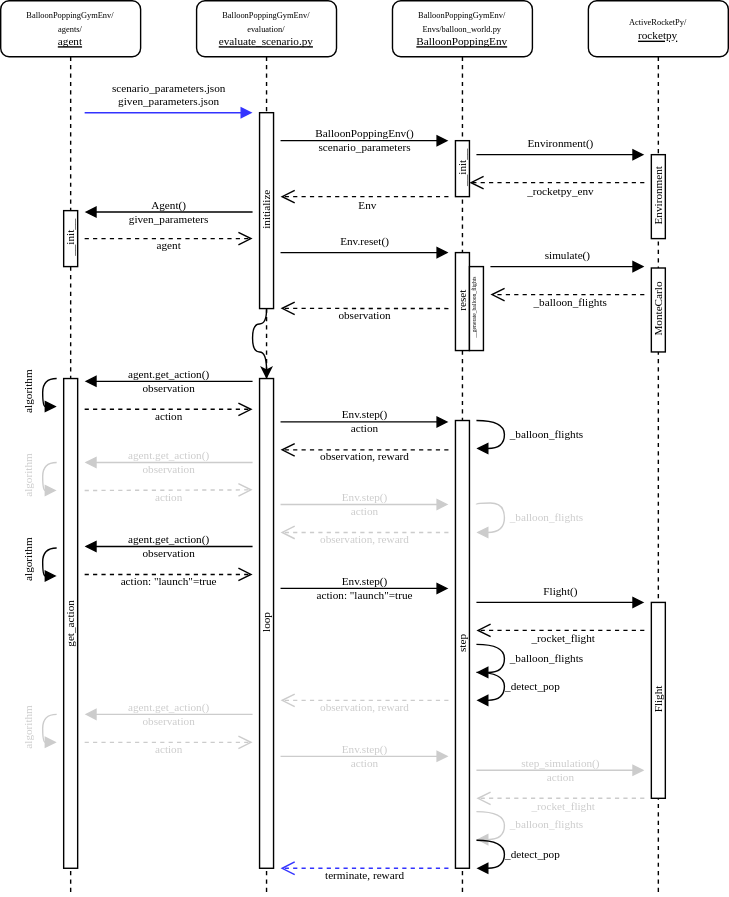
ARRC-Rocket/BalloonPoppingChallenge keeps this draw.io diagram as doc/figures/EvaluationFlowChart.drawio.svg. Above is the earlier version. Source tidied: cells renumbered, new cells last; positions are measured from the earlier drawing's top-left corner, leaving out a move shared by most shapes.
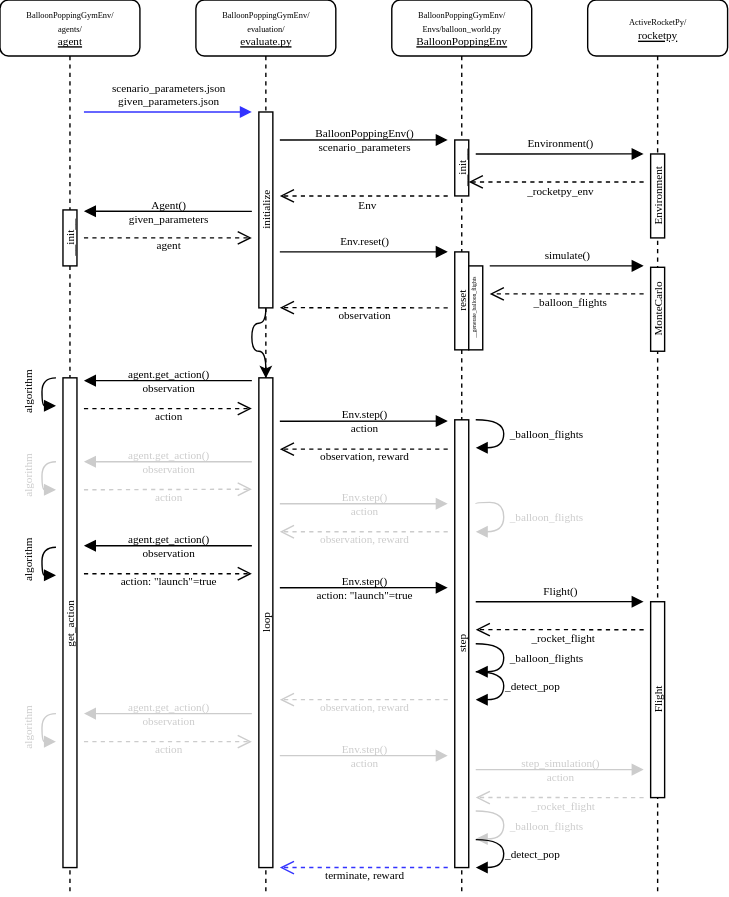
The same file after the commit.

Commit message:
Add example information into readme

Change to the diagram source:
```diff
@@ -204,7 +204,7 @@
         <mxPoint x="-80" y="450" as="targetPoint" />
       </mxGeometry>
     </mxCell>
-    <mxCell id="33" value="&lt;font style=&quot;font-size: 6px;&quot;&gt;BalloonPoppingGymEnv/&lt;br&gt;&lt;/font&gt;&lt;span style=&quot;font-size: 6px; background-color: transparent; color: light-dark(rgb(0, 0, 0), rgb(255, 255, 255));&quot;&gt;evaluation/&lt;/span&gt;&lt;div&gt;&lt;u&gt;evaluate_scenario.py&lt;/u&gt;&lt;/div&gt;" style="shape=umlLifeline;perimeter=lifelinePerimeter;whiteSpace=wrap;html=1;rounded=1;shadow=0;comic=0;labelBackgroundColor=none;strokeWidth=1;fontFamily=Verdana;fontSize=8;align=center;" parent="1" vertex="1">
+    <mxCell id="33" value="&lt;font style=&quot;font-size: 6px;&quot;&gt;BalloonPoppingGymEnv/&lt;br&gt;&lt;/font&gt;&lt;span style=&quot;font-size: 6px; background-color: transparent; color: light-dark(rgb(0, 0, 0), rgb(255, 255, 255));&quot;&gt;evaluation/&lt;/span&gt;&lt;div&gt;&lt;u&gt;evaluate.py&lt;/u&gt;&lt;/div&gt;" style="shape=umlLifeline;perimeter=lifelinePerimeter;whiteSpace=wrap;html=1;rounded=1;shadow=0;comic=0;labelBackgroundColor=none;strokeWidth=1;fontFamily=Verdana;fontSize=8;align=center;" parent="1" vertex="1">
       <mxGeometry x="140" width="100" height="640" as="geometry" />
     </mxCell>
     <mxCell id="34" style="edgeStyle=orthogonalEdgeStyle;rounded=0;jettySize=auto;html=1;curved=1;exitX=0.499;exitY=1.003;exitDx=0;exitDy=0;exitPerimeter=0;entryX=0.499;entryY=0.001;entryDx=0;entryDy=0;entryPerimeter=0;" parent="33" edge="1" source="35" target="44">
```
